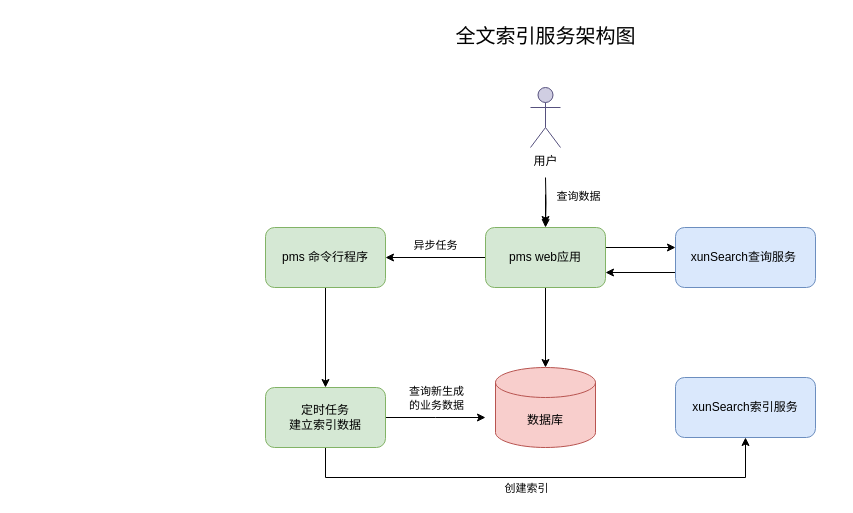
Above: search.drawio in icesyc/diagram (draw.io), before the change. Source tidied: cells renumbered, new cells numbered last; positions are measured from the earlier drawing's top-left corner, leaving out a move shared by most shapes. Both pictures are drawn from the tidied source at 100%, with x=0, y=0 at pixel (265, 20).
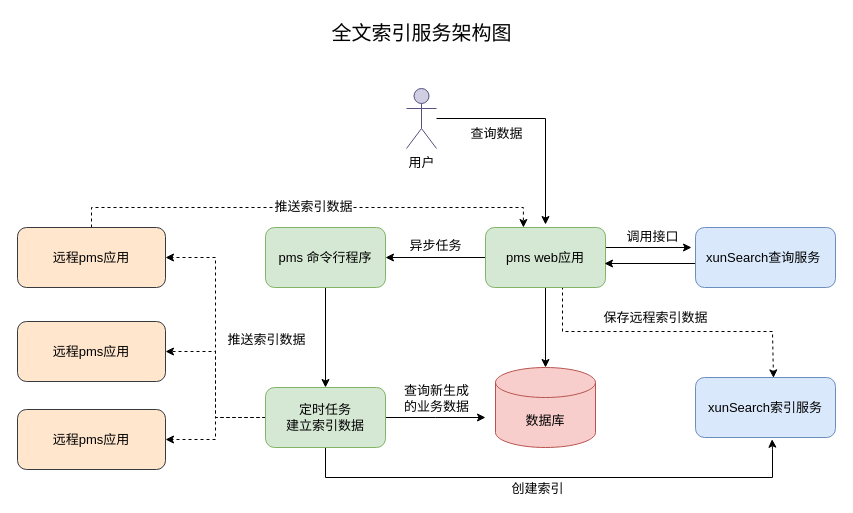
After the change.

What changed in the source:
```diff
@@
-    <mxCell id="2" style="edgeStyle=orthogonalEdgeStyle;rounded=0;orthogonalLoop=1;jettySize=auto;html=1;entryX=0.5;entryY=0;entryDx=0;entryDy=0;" parent="1" edge="1">
+    <mxCell id="2" style="edgeStyle=orthogonalEdgeStyle;rounded=0;jettySize=auto;html=1;entryX=0.5;entryY=0;entryDx=0;entryDy=0;fontSize=13;" parent="1" edge="1" source="5">
       <mxGeometry relative="1" as="geometry">
-        <mxPoint x="280" y="174" as="sourcePoint" />
         <mxPoint x="280" y="204" as="targetPoint" />
+        <Array as="points">
+          <mxPoint x="280" y="98" />
+        </Array>
       </mxGeometry>
     </mxCell>
-    <mxCell id="3" value="查询数据" style="edgeLabel;html=1;align=center;verticalAlign=middle;" parent="2" vertex="1">
+    <mxCell id="3" value="查询数据" style="edgeLabel;html=1;align=center;verticalAlign=middle;fontSize=13;" parent="2" vertex="1">
       <mxGeometry relative="1" as="geometry">
-        <mxPoint x="32" y="-14" as="offset" />
+        <mxPoint x="-49" y="14" as="offset" />
       </mxGeometry>
     </mxCell>
-    <mxCell id="4" style="edgeStyle=orthogonalEdgeStyle;rounded=0;jettySize=auto;html=1;" parent="1" edge="1" target="10">
-      <mxGeometry relative="1" as="geometry">
-        <mxPoint x="280" y="157" as="sourcePoint" />
-      </mxGeometry>
-    </mxCell>
-    <mxCell id="5" value="用户" style="shape=umlActor;verticalLabelPosition=bottom;verticalAlign=top;html=1;outlineConnect=0;fillColor=#d0cee2;strokeColor=#56517e;" parent="1" vertex="1">
-      <mxGeometry x="265" y="67" width="30" height="60" as="geometry" />
+    <mxCell id="5" value="用户" style="shape=umlActor;verticalLabelPosition=bottom;verticalAlign=top;html=1;outlineConnect=0;fillColor=#d0cee2;strokeColor=#56517e;fontSize=13;" parent="1" vertex="1">
+      <mxGeometry x="141" y="68" width="30" height="60" as="geometry" />
     </mxCell>
-    <mxCell id="6" style="edgeStyle=orthogonalEdgeStyle;rounded=0;orthogonalLoop=1;jettySize=auto;html=1;exitX=1;exitY=0.25;exitDx=0;exitDy=0;entryX=0;entryY=0.25;entryDx=0;entryDy=0;" parent="1" edge="1">
+    <mxCell id="6" style="edgeStyle=orthogonalEdgeStyle;rounded=0;orthogonalLoop=1;jettySize=auto;html=1;exitX=1;exitY=0.25;exitDx=0;exitDy=0;fontSize=13;" parent="1" edge="1">
       <mxGeometry relative="1" as="geometry">
         <mxPoint x="320" y="227" as="sourcePoint" />
-        <mxPoint x="410" y="227" as="targetPoint" />
+        <mxPoint x="426" y="227" as="targetPoint" />
       </mxGeometry>
     </mxCell>
+    <mxCell id="23" value="调用接口" style="edgeLabel;html=1;align=center;verticalAlign=middle;fontSize=13;" parent="6" vertex="1">
+      <mxGeometry x="0.18" y="3" relative="1" as="geometry">
+        <mxPoint x="3" y="-9" as="offset" />
+      </mxGeometry>
+    </mxCell>
-    <mxCell id="7" style="edgeStyle=orthogonalEdgeStyle;rounded=0;jettySize=auto;html=1;exitX=0.5;exitY=1;exitDx=0;exitDy=0;" parent="1" edge="1" source="10" target="14">
+    <mxCell id="7" style="edgeStyle=orthogonalEdgeStyle;rounded=0;jettySize=auto;html=1;exitX=0.5;exitY=1;exitDx=0;exitDy=0;fontSize=13;" parent="1" edge="1" source="10" target="14">
       <mxGeometry relative="1" as="geometry" />
     </mxCell>
-    <mxCell id="8" style="edgeStyle=orthogonalEdgeStyle;rounded=0;jettySize=auto;html=1;entryX=1;entryY=0.5;entryDx=0;entryDy=0;" parent="1" edge="1" source="10" target="16">
+    <mxCell id="8" style="edgeStyle=orthogonalEdgeStyle;rounded=0;jettySize=auto;html=1;entryX=1;entryY=0.5;entryDx=0;entryDy=0;fontSize=13;" parent="1" edge="1" source="10" target="16">
       <mxGeometry relative="1" as="geometry" />
     </mxCell>
-    <mxCell id="9" value="异步任务" style="edgeLabel;html=1;align=center;verticalAlign=middle;" parent="8" vertex="1">
+    <mxCell id="9" value="异步任务" style="edgeLabel;html=1;align=center;verticalAlign=middle;fontSize=13;" parent="8" vertex="1">
       <mxGeometry x="0.01" relative="1" as="geometry">
         <mxPoint y="-13" as="offset" />
       </mxGeometry>
     </mxCell>
+    <mxCell id="24" value="保存远程索引数据" style="edgeStyle=orthogonalEdgeStyle;rounded=0;jettySize=auto;html=1;exitX=0.75;exitY=1;exitDx=0;exitDy=0;dashed=1;fontSize=13;entryX=0.557;entryY=0.006;entryDx=0;entryDy=0;entryPerimeter=0;" parent="1" edge="1" source="10" target="13">
+      <mxGeometry x="-0.04" y="14" relative="1" as="geometry">
+        <Array as="points">
+          <mxPoint x="297" y="267" />
+          <mxPoint x="297" y="311" />
+          <mxPoint x="507" y="311" />
+          <mxPoint x="507" y="357" />
+        </Array>
+      </mxGeometry>
+    </mxCell>
-    <mxCell id="10" value="pms web应用" style="rounded=1;whiteSpace=wrap;html=1;fillColor=#d5e8d4;strokeColor=#82b366;glass=0;sketch=0;shadow=0;" parent="1" vertex="1">
+    <mxCell id="10" value="pms web应用" style="rounded=1;whiteSpace=wrap;html=1;fillColor=#d5e8d4;strokeColor=#82b366;glass=0;sketch=0;shadow=0;fontSize=13;" parent="1" vertex="1">
       <mxGeometry x="220" y="207" width="120" height="60" as="geometry" />
     </mxCell>
-    <mxCell id="11" style="edgeStyle=orthogonalEdgeStyle;rounded=0;jettySize=auto;html=1;exitX=0;exitY=0.75;exitDx=0;exitDy=0;entryX=1;entryY=0.75;entryDx=0;entryDy=0;" parent="1" edge="1" source="12" target="10">
-      <mxGeometry relative="1" as="geometry" />
+    <mxCell id="11" style="edgeStyle=orthogonalEdgeStyle;rounded=0;jettySize=auto;html=1;exitX=0;exitY=0.75;exitDx=0;exitDy=0;fontSize=13;" parent="1" edge="1" source="12">
+      <mxGeometry relative="1" as="geometry">
+        <mxPoint x="339" y="243" as="targetPoint" />
+        <Array as="points">
+          <mxPoint x="430" y="243" />
+          <mxPoint x="340" y="243" />
+        </Array>
+      </mxGeometry>
     </mxCell>
-    <mxCell id="12" value="xunSearch查询服务&amp;nbsp;" style="rounded=1;whiteSpace=wrap;html=1;fillColor=#dae8fc;strokeColor=#6c8ebf;glass=0;sketch=0;shadow=0;" parent="1" vertex="1">
-      <mxGeometry x="410" y="207" width="140" height="60" as="geometry" />
+    <mxCell id="12" value="xunSearch查询服务&amp;nbsp;" style="rounded=1;whiteSpace=wrap;html=1;fillColor=#dae8fc;strokeColor=#6c8ebf;glass=0;sketch=0;shadow=0;fontSize=13;" parent="1" vertex="1">
+      <mxGeometry x="430" y="207" width="140" height="60" as="geometry" />
     </mxCell>
-    <mxCell id="13" value="xunSearch索引服务" style="rounded=1;whiteSpace=wrap;html=1;fillColor=#dae8fc;strokeColor=#6c8ebf;glass=0;sketch=0;shadow=0;" parent="1" vertex="1">
-      <mxGeometry x="410" y="357" width="140" height="60" as="geometry" />
+    <mxCell id="13" value="xunSearch索引服务" style="rounded=1;whiteSpace=wrap;html=1;fillColor=#dae8fc;strokeColor=#6c8ebf;glass=0;sketch=0;shadow=0;fontSize=13;" parent="1" vertex="1">
+      <mxGeometry x="430" y="357" width="140" height="60" as="geometry" />
     </mxCell>
-    <mxCell id="14" value="数据库" style="shape=cylinder3;whiteSpace=wrap;html=1;boundedLbl=1;backgroundOutline=1;size=15;fillColor=#f8cecc;strokeColor=#b85450;" parent="1" vertex="1">
+    <mxCell id="14" value="数据库" style="shape=cylinder3;whiteSpace=wrap;html=1;boundedLbl=1;backgroundOutline=1;size=15;fillColor=#f8cecc;strokeColor=#b85450;fontSize=13;" parent="1" vertex="1">
       <mxGeometry x="230" y="347" width="100" height="80" as="geometry" />
     </mxCell>
-    <mxCell id="15" style="edgeStyle=orthogonalEdgeStyle;rounded=0;jettySize=auto;html=1;entryX=0.5;entryY=0;entryDx=0;entryDy=0;" parent="1" edge="1" source="16" target="21">
+    <mxCell id="15" style="edgeStyle=orthogonalEdgeStyle;rounded=0;jettySize=auto;html=1;entryX=0.5;entryY=0;entryDx=0;entryDy=0;fontSize=13;" parent="1" edge="1" source="16" target="21">
       <mxGeometry relative="1" as="geometry" />
     </mxCell>
-    <mxCell id="16" value="pms 命令行程序" style="rounded=1;whiteSpace=wrap;html=1;fillColor=#d5e8d4;strokeColor=#82b366;glass=0;sketch=0;shadow=0;" parent="1" vertex="1">
+    <mxCell id="16" value="pms 命令行程序" style="rounded=1;whiteSpace=wrap;html=1;fillColor=#d5e8d4;strokeColor=#82b366;glass=0;sketch=0;shadow=0;fontSize=13;" parent="1" vertex="1">
       <mxGeometry y="207" width="120" height="60" as="geometry" />
     </mxCell>
-    <mxCell id="17" style="edgeStyle=orthogonalEdgeStyle;rounded=0;jettySize=auto;html=1;" parent="1" edge="1" source="21">
+    <mxCell id="17" style="edgeStyle=orthogonalEdgeStyle;rounded=0;jettySize=auto;html=1;fontSize=13;entryX=0.547;entryY=1.029;entryDx=0;entryDy=0;entryPerimeter=0;" parent="1" edge="1" source="21" target="13">
       <mxGeometry relative="1" as="geometry">
-        <mxPoint x="480" y="417" as="targetPoint" />
         <Array as="points">
           <mxPoint x="60" y="457" />
-          <mxPoint x="480" y="457" />
-          <mxPoint x="480" y="420" />
+          <mxPoint x="507" y="457" />
+          <mxPoint x="507" y="429" />
+          <mxPoint x="507" y="429" />
         </Array>
       </mxGeometry>
     </mxCell>
-    <mxCell id="18" value="创建索引" style="edgeLabel;html=1;align=center;verticalAlign=middle;" parent="17" vertex="1">
+    <mxCell id="18" value="创建索引" style="edgeLabel;html=1;align=center;verticalAlign=middle;fontSize=13;" parent="17" vertex="1">
       <mxGeometry x="-0.17" y="-2" relative="1" as="geometry">
         <mxPoint x="27" y="8" as="offset" />
       </mxGeometry>
     </mxCell>
-    <mxCell id="19" style="edgeStyle=orthogonalEdgeStyle;rounded=0;jettySize=auto;html=1;" parent="1" edge="1" source="21">
+    <mxCell id="19" style="edgeStyle=orthogonalEdgeStyle;rounded=0;jettySize=auto;html=1;fontSize=13;" parent="1" edge="1" source="21">
       <mxGeometry relative="1" as="geometry">
         <mxPoint x="220" y="397" as="targetPoint" />
       </mxGeometry>
     </mxCell>
-    <mxCell id="20" value="查询新生成&lt;br&gt;的业务数据" style="edgeLabel;html=1;align=center;verticalAlign=middle;" parent="19" vertex="1">
+    <mxCell id="20" value="查询新生成&lt;br style=&quot;font-size: 13px;&quot;&gt;的业务数据" style="edgeLabel;html=1;align=center;verticalAlign=middle;fontSize=13;" parent="19" vertex="1">
       <mxGeometry x="0.02" y="1" relative="1" as="geometry">
         <mxPoint y="-19" as="offset" />
       </mxGeometry>
     </mxCell>
+    <mxCell id="25" style="edgeStyle=orthogonalEdgeStyle;rounded=0;jettySize=auto;html=1;entryX=1;entryY=0.5;entryDx=0;entryDy=0;fontSize=13;dashed=1;" parent="1" edge="1" source="21" target="31">
+      <mxGeometry relative="1" as="geometry" />
+    </mxCell>
+    <mxCell id="26" value="推送索引数据" style="edgeLabel;html=1;align=center;verticalAlign=middle;fontSize=13;" parent="25" vertex="1">
+      <mxGeometry x="0.17" y="-4" relative="1" as="geometry">
+        <mxPoint x="46" y="23" as="offset" />
+      </mxGeometry>
+    </mxCell>
+    <mxCell id="27" style="edgeStyle=orthogonalEdgeStyle;rounded=0;jettySize=auto;html=1;entryX=1;entryY=0.5;entryDx=0;entryDy=0;fontSize=13;dashed=1;" parent="1" edge="1" source="21" target="32">
+      <mxGeometry relative="1" as="geometry" />
+    </mxCell>
+    <mxCell id="28" style="edgeStyle=orthogonalEdgeStyle;rounded=0;jettySize=auto;html=1;exitX=0;exitY=0.5;exitDx=0;exitDy=0;entryX=1;entryY=0.5;entryDx=0;entryDy=0;fontSize=13;dashed=1;" parent="1" edge="1" source="21" target="33">
+      <mxGeometry relative="1" as="geometry">
+        <Array as="points">
+          <mxPoint x="-50" y="397" />
+          <mxPoint x="-50" y="419" />
+        </Array>
+      </mxGeometry>
+    </mxCell>
-    <mxCell id="21" value="定时任务&lt;br&gt;建立索引数据" style="rounded=1;whiteSpace=wrap;html=1;fillColor=#d5e8d4;strokeColor=#82b366;glass=0;sketch=0;shadow=0;" parent="1" vertex="1">
+    <mxCell id="21" value="定时任务&lt;br style=&quot;font-size: 13px;&quot;&gt;建立索引数据" style="rounded=1;whiteSpace=wrap;html=1;fillColor=#d5e8d4;strokeColor=#82b366;glass=0;sketch=0;shadow=0;fontSize=13;" parent="1" vertex="1">
       <mxGeometry y="367" width="120" height="60" as="geometry" />
     </mxCell>
     <mxCell id="22" value="全文索引服务架构图" style="text;html=1;strokeColor=none;fillColor=none;align=center;verticalAlign=middle;whiteSpace=wrap;rounded=0;shadow=0;glass=0;dashed=1;sketch=0;fontSize=20;" parent="1" vertex="1">
-      <mxGeometry x="177.5" width="205" height="30" as="geometry" />
+      <mxGeometry x="53.5" y="-3" width="205" height="30" as="geometry" />
     </mxCell>
+    <mxCell id="29" style="edgeStyle=orthogonalEdgeStyle;rounded=0;jettySize=auto;html=1;entryX=0.316;entryY=0;entryDx=0;entryDy=0;entryPerimeter=0;dashed=1;fontSize=13;" parent="1" edge="1" source="31" target="10">
+      <mxGeometry relative="1" as="geometry">
+        <Array as="points">
+          <mxPoint x="-174" y="187" />
+          <mxPoint x="258" y="187" />
+        </Array>
+      </mxGeometry>
+    </mxCell>
+    <mxCell id="30" value="推送索引数据" style="edgeLabel;html=1;align=center;verticalAlign=middle;fontSize=13;" parent="29" vertex="1">
+      <mxGeometry x="0.02" y="2" relative="1" as="geometry" />
+    </mxCell>
+    <mxCell id="31" value="远程pms应用" style="rounded=1;whiteSpace=wrap;html=1;shadow=0;glass=0;sketch=0;fontSize=13;fillColor=#FFE6CC;strokeColor=#36393d;" parent="1" vertex="1">
+      <mxGeometry x="-248" y="207" width="148" height="60" as="geometry" />
+    </mxCell>
+    <mxCell id="32" value="远程pms应用" style="rounded=1;whiteSpace=wrap;html=1;shadow=0;glass=0;sketch=0;fontSize=13;fillColor=#FFE6CC;strokeColor=#36393d;" parent="1" vertex="1">
+      <mxGeometry x="-248" y="301" width="148" height="60" as="geometry" />
+    </mxCell>
+    <mxCell id="33" value="远程pms应用" style="rounded=1;whiteSpace=wrap;html=1;shadow=0;glass=0;sketch=0;fontSize=13;fillColor=#FFE6CC;strokeColor=#36393d;" parent="1" vertex="1">
+      <mxGeometry x="-248" y="389" width="148" height="60" as="geometry" />
+    </mxCell>
```
